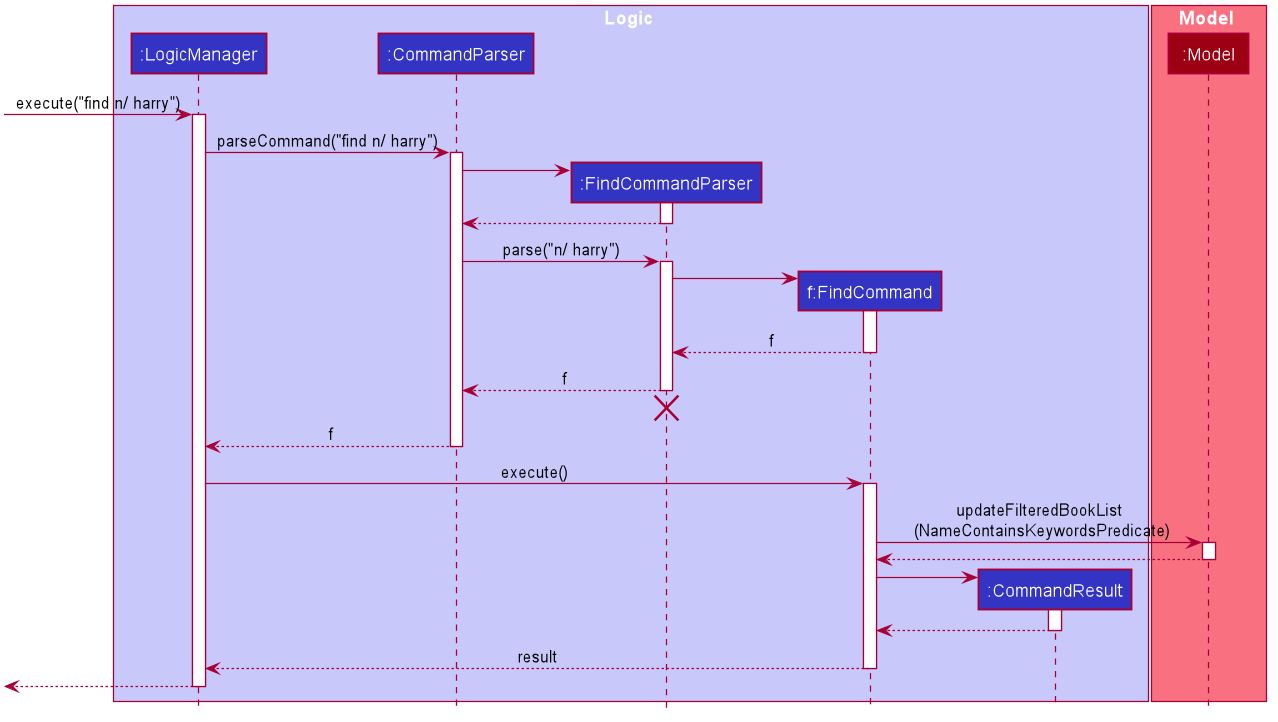
Above: docs/images/FindSequenceDiagram.png in pennhanlee/tp (PlantUML), before the change.
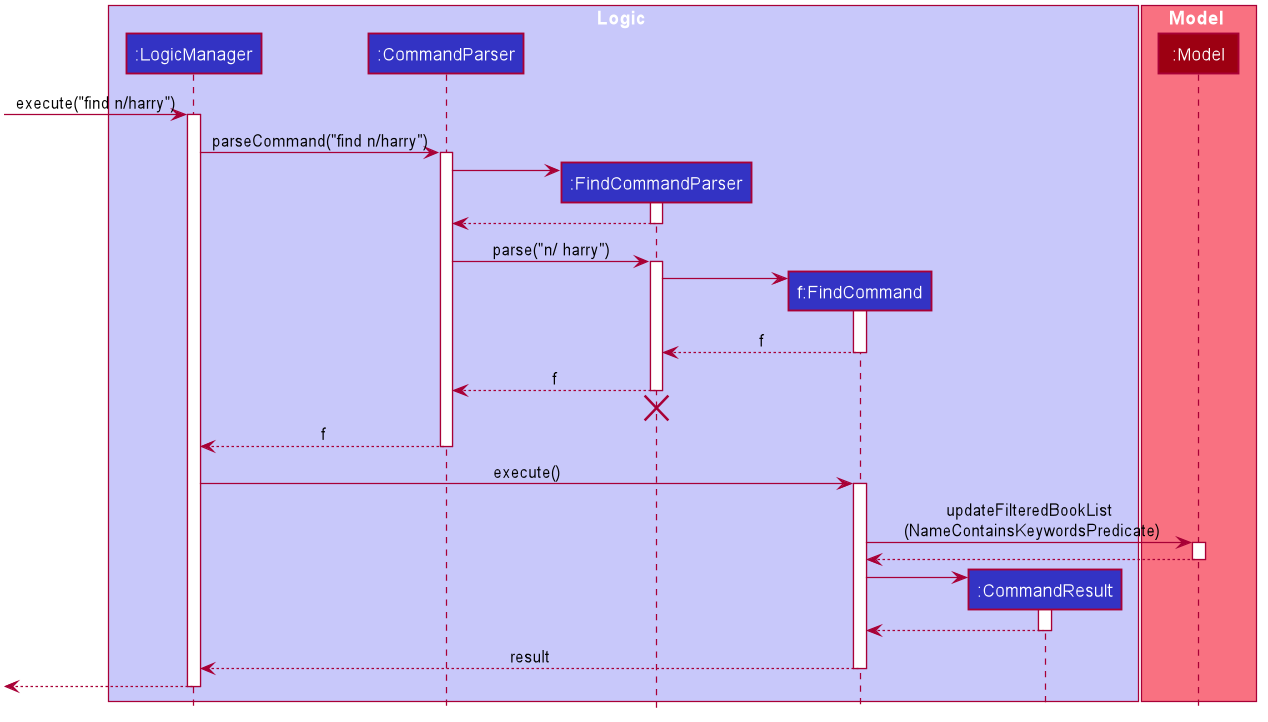
The same file after the commit.

What changed in the source:
```diff
@@ -1,4 +1,5 @@
 @startuml
+
 
 
 
@@ -60,10 +61,10 @@
 participant ":Model" as Model #9D0012
 end box
 
-[-> LogicManager : execute("find n/ harry")
+[-> LogicManager : execute("find n/harry")
 activate LogicManager
 
-LogicManager -> CommandParser : parseCommand("find n/ harry")
+LogicManager -> CommandParser : parseCommand("find n/harry")
 activate CommandParser
 
 create FindCommandParser
```
